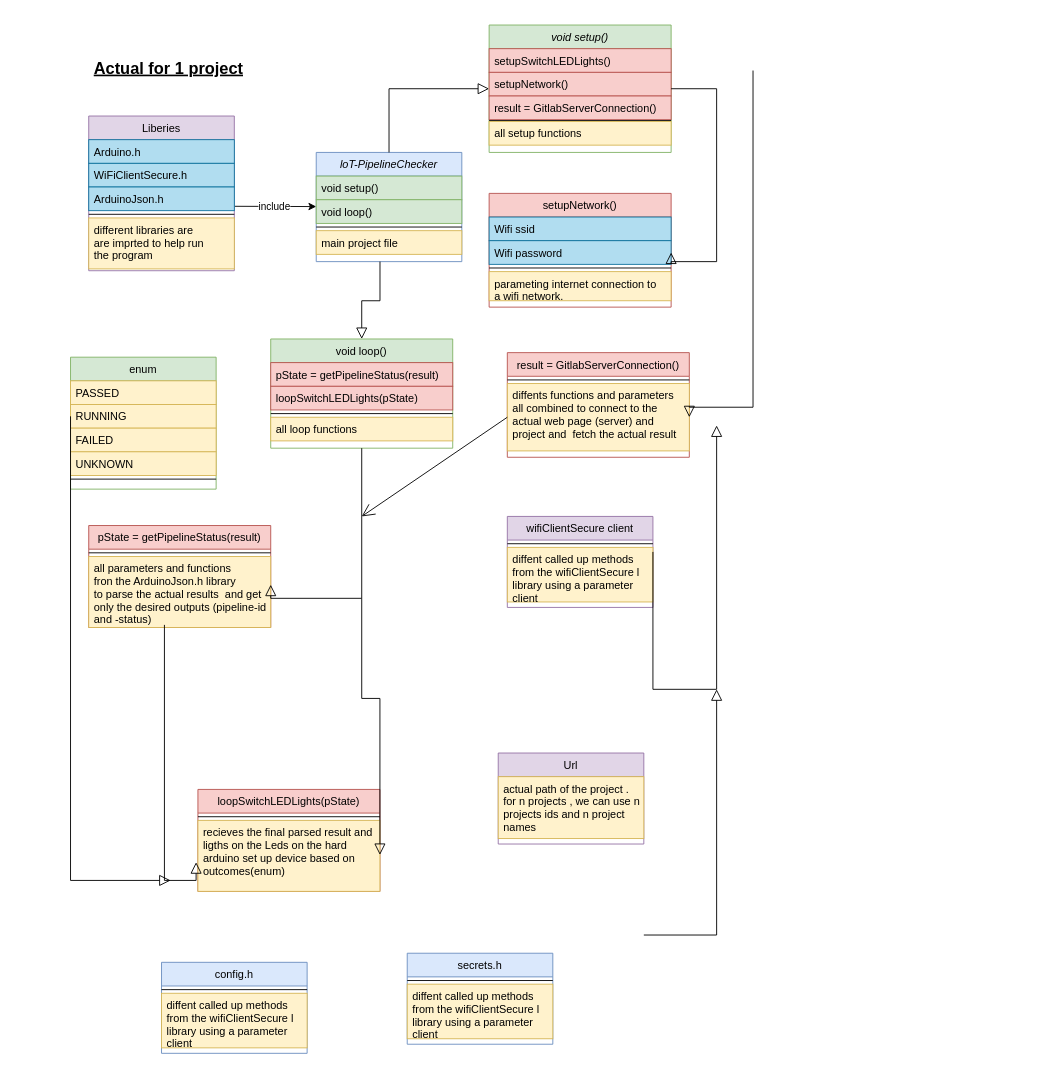
Earlier version of the draw.io diagram lotPipelineChecker.drawio (Centigrade/IoT-PipelineChecker). Source tidied: cells renumbered, new cells numbered last; positions are measured from the earlier drawing's top-left corner, leaving out a move shared by most shapes. Both pictures are drawn from the tidied source at 91%, with x=0, y=0 at pixel (70, 25).
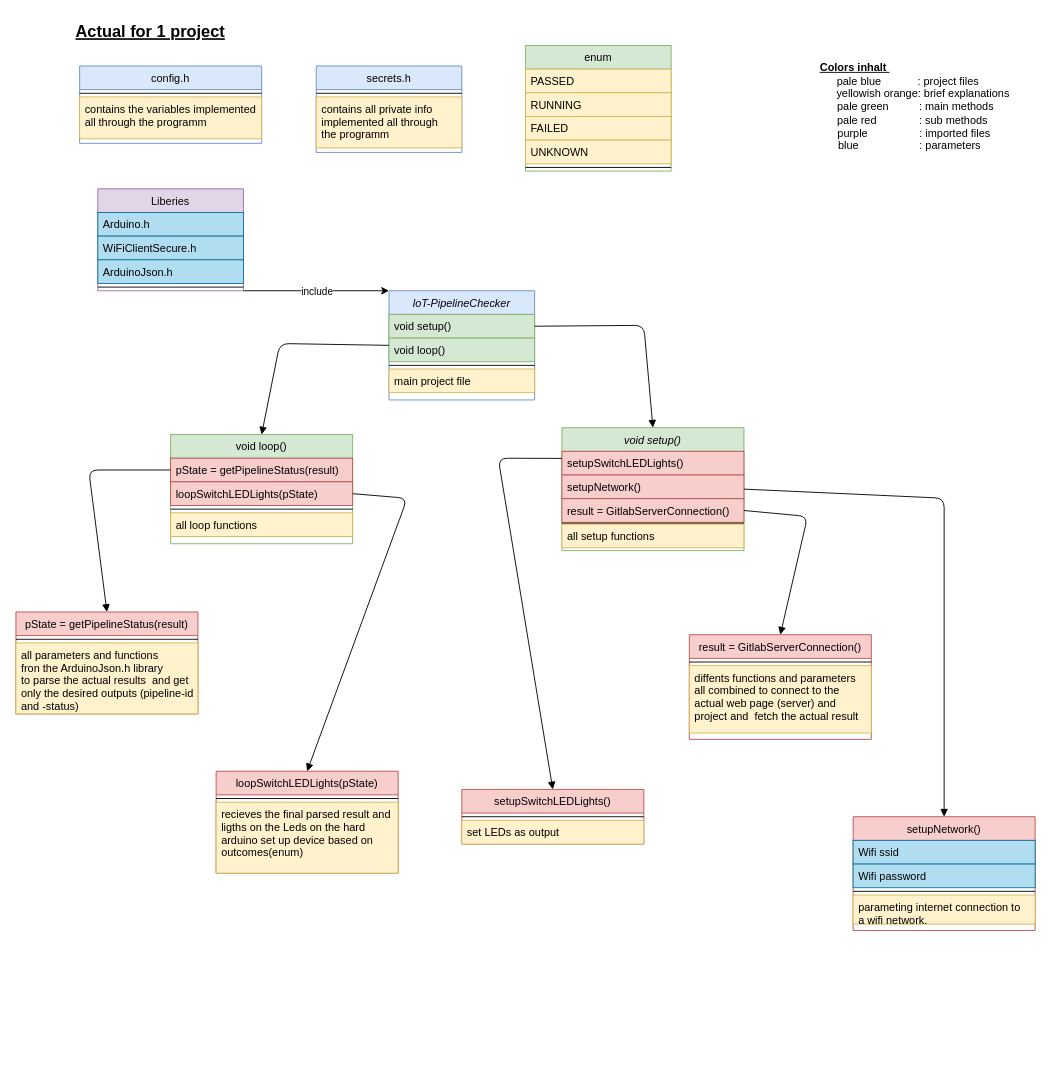
The same diagram, later.

The change refers to these unchanged cells:
```xml
<mxCell id="3" value="void setup()" style="text;align=left;verticalAlign=top;spacingLeft=4;spacingRight=4;overflow=hidden;points=[[0,0.5],[1,0.5]];portConstraint=eastwest;fillColor=#d5e8d4;strokeColor=#82b366;" parent="2" vertex="1">
  <mxGeometry y="26" width="160" height="26" as="geometry" />
</mxCell>
<mxCell id="6" value="main project file" style="text;align=left;verticalAlign=top;spacingLeft=4;spacingRight=4;overflow=hidden;points=[[0,0.5],[1,0.5]];portConstraint=eastwest;fillColor=#fff2cc;strokeColor=#d6b656;" parent="2" vertex="1">
  <mxGeometry y="86" width="160" height="26" as="geometry" />
</mxCell>
<mxCell id="12" value="result = GitlabServerConnection()" style="text;align=left;verticalAlign=top;spacingLeft=4;spacingRight=4;overflow=hidden;points=[[0,0.5],[1,0.5]];portConstraint=eastwest;rounded=0;shadow=0;html=0;fillColor=#f8cecc;strokeColor=#b85450;" parent="9" vertex="1">
  <mxGeometry y="78" width="200" height="26" as="geometry" />
</mxCell>
<mxCell id="20" value="pState = getPipelineStatus(result)" style="text;align=left;verticalAlign=top;spacingLeft=4;spacingRight=4;overflow=hidden;points=[[0,0.5],[1,0.5]];portConstraint=eastwest;fillColor=#f8cecc;strokeColor=#b85450;" parent="19" vertex="1">
  <mxGeometry y="26" width="200" height="26" as="geometry" />
</mxCell>
<mxCell id="21" value="loopSwitchLEDLights(pState)" style="text;align=left;verticalAlign=top;spacingLeft=4;spacingRight=4;overflow=hidden;points=[[0,0.5],[1,0.5]];portConstraint=eastwest;rounded=0;shadow=0;html=0;fillColor=#f8cecc;strokeColor=#b85450;" parent="19" vertex="1">
  <mxGeometry y="52" width="200" height="26" as="geometry" />
</mxCell>
<mxCell id="30" value="Wifi password" style="text;align=left;verticalAlign=top;spacingLeft=4;spacingRight=4;overflow=hidden;points=[[0,0.5],[1,0.5]];portConstraint=eastwest;rounded=0;shadow=0;html=0;fillColor=#b1ddf0;strokeColor=#10739e;" parent="28" vertex="1">
  <mxGeometry y="52" width="200" height="26" as="geometry" />
</mxCell>
<mxCell id="35" value="diffents functions and parameters&#10;all combined to connect to the &#10;actual web page (server) and &#10;project and  fetch the actual result" style="text;align=left;verticalAlign=top;spacingLeft=4;spacingRight=4;overflow=hidden;points=[[0,0.5],[1,0.5]];portConstraint=eastwest;fillColor=#fff2cc;strokeColor=#d6b656;" parent="33" vertex="1">
  <mxGeometry y="34" width="200" height="74" as="geometry" />
</mxCell>
<mxCell id="41" value="ArduinoJson.h" style="text;align=left;verticalAlign=top;spacingLeft=4;spacingRight=4;overflow=hidden;points=[[0,0.5],[1,0.5]];portConstraint=eastwest;rounded=0;shadow=0;html=0;fillColor=#b1ddf0;strokeColor=#10739e;" parent="38" vertex="1">
  <mxGeometry y="78" width="160" height="26" as="geometry" />
</mxCell>
<mxCell id="47" value="all parameters and functions &#10;fron the ArduinoJson.h library &#10;to parse the actual results  and get&#10;only the desired outputs (pipeline-id&#10;and -status)" style="text;align=left;verticalAlign=top;spacingLeft=4;spacingRight=4;overflow=hidden;points=[[0,0.5],[1,0.5]];portConstraint=eastwest;rounded=0;shadow=0;html=0;fillColor=#fff2cc;strokeColor=#d6b656;" parent="45" vertex="1">
  <mxGeometry y="34" width="200" height="78" as="geometry" />
</mxCell>
<mxCell id="51" value="RUNNING" style="text;align=left;verticalAlign=top;spacingLeft=4;spacingRight=4;overflow=hidden;points=[[0,0.5],[1,0.5]];portConstraint=eastwest;rounded=0;shadow=0;html=0;fillColor=#fff2cc;strokeColor=#d6b656;" parent="49" vertex="1">
  <mxGeometry y="52" width="160" height="26" as="geometry" />
</mxCell>
```

Diff of the diagram source:
```diff
@@
     <mxCell id="2" value="loT-PipelineChecker" style="swimlane;fontStyle=2;align=center;verticalAlign=top;horizontal=1;startSize=26;rounded=0;shadow=0;strokeWidth=1;fillColor=#dae8fc;strokeColor=#6c8ebf;" parent="1" vertex="1">
-      <mxGeometry x="270" y="140" width="160" height="120" as="geometry" />
+      <mxGeometry x="350" y="292" width="160" height="120" as="geometry" />
     </mxCell>
@@
-    <mxCell id="7" style="endArrow=block;endSize=10;endFill=0;shadow=0;strokeWidth=1;rounded=0;edgeStyle=elbowEdgeStyle;elbow=vertical;entryX=0.5;entryY=0;entryDx=0;entryDy=0;exitX=0.438;exitY=1.308;exitDx=0;exitDy=0;exitPerimeter=0;" parent="1" edge="1" source="6" target="19">
-      <mxGeometry relative="1" as="geometry" />
-    </mxCell>
     <mxCell id="8" value="Actual for 1 project" style="text;align=left;verticalAlign=top;spacingLeft=4;spacingRight=4;overflow=hidden;fontStyle=5;fontSize=18;" parent="1" vertex="1">
-      <mxGeometry x="20" y="30" width="200" height="26" as="geometry" />
+      <mxGeometry y="-10" width="200" height="26" as="geometry" />
     </mxCell>
     <mxCell id="9" value="void setup()" style="swimlane;fontStyle=2;align=center;verticalAlign=top;horizontal=1;startSize=26;rounded=0;shadow=0;strokeWidth=1;fillColor=#d5e8d4;strokeColor=#82b366;" parent="1" vertex="1">
-      <mxGeometry x="460" width="200" height="140" as="geometry" />
+      <mxGeometry x="540" y="442.5" width="200" height="135" as="geometry" />
     </mxCell>
@@
-    <mxCell id="15" value="Url" style="swimlane;fontStyle=0;align=center;verticalAlign=top;horizontal=1;startSize=26;rounded=0;shadow=0;strokeWidth=1;fillColor=#e1d5e7;strokeColor=#9673a6;" parent="1" vertex="1">
-      <mxGeometry x="470" y="800" width="160" height="100" as="geometry" />
-    </mxCell>
-    <mxCell id="16" value="actual path of the project .&#10;for n projects , we can use n&#10;projects ids and n project&#10;names" style="text;align=left;verticalAlign=top;spacingLeft=4;spacingRight=4;overflow=hidden;rounded=0;shadow=0;html=0;fillColor=#fff2cc;strokeColor=#d6b656;" parent="15" vertex="1">
-      <mxGeometry y="26" width="160" height="68" as="geometry" />
-    </mxCell>
-    <mxCell id="17" style="endArrow=classic;html=1;fontSize=18;exitX=0.982;exitY=0.815;exitDx=0;exitDy=0;exitPerimeter=0;" parent="1" edge="1" source="41">
-      <mxGeometry relative="1" as="geometry">
-        <mxPoint x="270" y="199.5" as="targetPoint" />
-      </mxGeometry>
-    </mxCell>
-    <mxCell id="18" value="include" style="edgeLabel;html=1;align=center;verticalAlign=middle;" parent="17" vertex="1">
-      <mxGeometry relative="1" as="geometry" />
-    </mxCell>
     <mxCell id="19" value="void loop()" style="swimlane;fontStyle=0;align=center;verticalAlign=top;horizontal=1;startSize=26;rounded=0;shadow=0;strokeWidth=1;fillColor=#d5e8d4;strokeColor=#82b366;" parent="1" vertex="1">
-      <mxGeometry x="220" y="345" width="200" height="120" as="geometry" />
+      <mxGeometry x="110" y="450" width="200" height="120" as="geometry" />
     </mxCell>
@@
-    <mxCell id="24" style="endArrow=block;endSize=10;endFill=0;shadow=0;strokeWidth=1;rounded=0;edgeStyle=elbowEdgeStyle;elbow=vertical;exitX=0.5;exitY=0;exitDx=0;exitDy=0;entryX=0;entryY=0.5;entryDx=0;entryDy=0;" parent="1" edge="1" source="2" target="9">
-      <mxGeometry relative="1" as="geometry">
-        <Array as="points">
-          <mxPoint x="370" y="70" />
-          <mxPoint x="440" y="70" />
-          <mxPoint x="420" y="169" />
-        </Array>
-      </mxGeometry>
-    </mxCell>
-    <mxCell id="25" value="wifiClientSecure client" style="swimlane;fontStyle=0;align=center;verticalAlign=top;horizontal=1;startSize=26;rounded=0;shadow=0;strokeWidth=1;fillColor=#e1d5e7;strokeColor=#9673a6;" parent="1" vertex="1">
-      <mxGeometry x="480" y="540" width="160" height="100" as="geometry" />
-    </mxCell>
-    <mxCell id="26" style="line;html=1;strokeWidth=1;align=left;verticalAlign=middle;spacingTop=-1;spacingLeft=3;spacingRight=3;labelPosition=right;" parent="25" vertex="1">
-      <mxGeometry y="26" width="160" height="8" as="geometry" />
-    </mxCell>
-    <mxCell id="27" value="diffent called up methods &#10;from the wifiClientSecure l&#10;library using a parameter&#10;client" style="text;align=left;verticalAlign=top;spacingLeft=4;spacingRight=4;overflow=hidden;fillColor=#fff2cc;strokeColor=#d6b656;" parent="25" vertex="1">
-      <mxGeometry y="34" width="160" height="60" as="geometry" />
-    </mxCell>
     <mxCell id="28" value="setupNetwork()" style="swimlane;fontStyle=0;align=center;verticalAlign=top;horizontal=1;startSize=26;rounded=0;shadow=0;strokeWidth=1;fillColor=#f8cecc;strokeColor=#b85450;" parent="1" vertex="1">
-      <mxGeometry x="460" y="185" width="200" height="125" as="geometry" />
+      <mxGeometry x="860" y="870" width="200" height="125" as="geometry" />
     </mxCell>
@@
     <mxCell id="33" value="result = GitlabServerConnection()" style="swimlane;fontStyle=0;align=center;verticalAlign=top;horizontal=1;startSize=26;rounded=0;shadow=0;strokeWidth=1;fillColor=#f8cecc;strokeColor=#b85450;" parent="1" vertex="1">
-      <mxGeometry x="480" y="360" width="200" height="115" as="geometry" />
+      <mxGeometry x="680" y="670" width="200" height="115" as="geometry" />
     </mxCell>
@@
-    <mxCell id="36" style="endArrow=block;endSize=10;endFill=0;shadow=0;strokeWidth=1;rounded=0;edgeStyle=orthogonalEdgeStyle;entryX=1;entryY=0.5;entryDx=0;entryDy=0;" parent="1" edge="1" target="30">
-      <mxGeometry relative="1" as="geometry">
-        <mxPoint x="660" y="70" as="sourcePoint" />
-        <Array as="points">
-          <mxPoint x="710" y="70" />
-          <mxPoint x="710" y="260" />
-          <mxPoint x="660" y="260" />
-        </Array>
-      </mxGeometry>
-    </mxCell>
-    <mxCell id="37" style="endArrow=block;endSize=10;endFill=0;shadow=0;strokeWidth=1;rounded=0;edgeStyle=elbowEdgeStyle;elbow=vertical;entryX=1;entryY=0.5;entryDx=0;entryDy=0;" parent="1" edge="1" target="35">
-      <mxGeometry relative="1" as="geometry">
-        <mxPoint x="750" y="50" as="sourcePoint" />
-        <Array as="points">
-          <mxPoint x="710" y="420" />
-          <mxPoint x="830" y="424" />
-        </Array>
-      </mxGeometry>
-    </mxCell>
     <mxCell id="38" value="Liberies" style="swimlane;fontStyle=0;align=center;verticalAlign=top;horizontal=1;startSize=26;rounded=0;shadow=0;strokeWidth=1;fillColor=#e1d5e7;strokeColor=#9673a6;" parent="1" vertex="1">
-      <mxGeometry x="20" y="100" width="160" height="170" as="geometry" />
+      <mxGeometry x="30" y="180" width="160" height="112" as="geometry" />
     </mxCell>
@@
-    <mxCell id="43" value="different libraries are &#10;are imprted to help run&#10;the program" style="text;align=left;verticalAlign=top;spacingLeft=4;spacingRight=4;overflow=hidden;fillColor=#fff2cc;strokeColor=#d6b656;" parent="38" vertex="1">
-      <mxGeometry y="112" width="160" height="56" as="geometry" />
-    </mxCell>
-    <mxCell id="44" style="endArrow=block;endSize=10;endFill=0;shadow=0;strokeWidth=1;rounded=0;edgeStyle=elbowEdgeStyle;elbow=vertical;exitX=1;exitY=0.5;exitDx=0;exitDy=0;" parent="1" edge="1">
-      <mxGeometry relative="1" as="geometry">
-        <mxPoint x="640" y="579" as="sourcePoint" />
-        <mxPoint x="710" y="440" as="targetPoint" />
-        <Array as="points">
-          <mxPoint x="660" y="730" />
-          <mxPoint x="740" y="789" />
-        </Array>
-      </mxGeometry>
-    </mxCell>
     <mxCell id="45" value="pState = getPipelineStatus(result)" style="swimlane;fontStyle=0;align=center;verticalAlign=top;horizontal=1;startSize=26;rounded=0;shadow=0;strokeWidth=1;fillColor=#f8cecc;strokeColor=#b85450;" parent="1" vertex="1">
-      <mxGeometry x="20" y="550" width="200" height="112" as="geometry" />
+      <mxGeometry x="-60" y="645" width="200" height="112" as="geometry" />
     </mxCell>
@@
-    <mxCell id="48" style="endArrow=block;endSize=10;endFill=0;shadow=0;strokeWidth=1;rounded=0;edgeStyle=elbowEdgeStyle;elbow=vertical;" parent="1" edge="1">
-      <mxGeometry relative="1" as="geometry">
-        <mxPoint x="630" y="1000" as="sourcePoint" />
-        <mxPoint x="710" y="730" as="targetPoint" />
-        <Array as="points">
-          <mxPoint x="680" y="1000" />
-          <mxPoint x="670" y="1029" />
-        </Array>
-      </mxGeometry>
-    </mxCell>
     <mxCell id="49" value="enum" style="swimlane;fontStyle=0;align=center;verticalAlign=top;horizontal=1;startSize=26;rounded=0;shadow=0;strokeWidth=1;fillColor=#d5e8d4;strokeColor=#82b366;" parent="1" vertex="1">
-      <mxGeometry y="365" width="160" height="145" as="geometry" />
+      <mxGeometry x="500" y="22.5" width="160" height="138" as="geometry" />
     </mxCell>
@@
-    <mxCell id="55" style="endArrow=block;endSize=10;endFill=0;shadow=0;strokeWidth=1;rounded=0;edgeStyle=elbowEdgeStyle;elbow=vertical;exitX=0.5;exitY=1;exitDx=0;exitDy=0;entryX=1;entryY=0.5;entryDx=0;entryDy=0;" parent="1" edge="1" source="19">
-      <mxGeometry relative="1" as="geometry">
-        <mxPoint x="220" y="615" as="targetPoint" />
-        <Array as="points">
-          <mxPoint x="280" y="630" />
-          <mxPoint x="340" y="639" />
-        </Array>
-      </mxGeometry>
-    </mxCell>
     <mxCell id="56" value="loopSwitchLEDLights(pState)" style="swimlane;fontStyle=0;align=center;verticalAlign=top;horizontal=1;startSize=26;rounded=0;shadow=0;strokeWidth=1;fillColor=#f8cecc;strokeColor=#b85450;" parent="1" vertex="1">
-      <mxGeometry x="140" y="840" width="200" height="112" as="geometry" />
+      <mxGeometry x="160" y="820" width="200" height="112" as="geometry" />
     </mxCell>
@@
-    <mxCell id="59" style="endArrow=block;endSize=10;endFill=0;shadow=0;strokeWidth=1;rounded=0;edgeStyle=elbowEdgeStyle;elbow=vertical;exitX=0.416;exitY=0.964;exitDx=0;exitDy=0;exitPerimeter=0;" parent="1" edge="1" source="47">
-      <mxGeometry relative="1" as="geometry">
-        <mxPoint x="138" y="920" as="targetPoint" />
-        <Array as="points">
-          <mxPoint x="70" y="940" />
-          <mxPoint x="20" y="960" />
-          <mxPoint x="100" y="810" />
-          <mxPoint x="80" y="909" />
-        </Array>
-      </mxGeometry>
-    </mxCell>
-    <mxCell id="60" style="endArrow=block;endSize=10;endFill=0;shadow=0;strokeWidth=1;rounded=0;edgeStyle=elbowEdgeStyle;elbow=vertical;" parent="1" edge="1">
-      <mxGeometry relative="1" as="geometry">
-        <mxPoint x="320" y="630" as="sourcePoint" />
-        <mxPoint x="340" y="912" as="targetPoint" />
-        <Array as="points">
-          <mxPoint x="380" y="740" />
-          <mxPoint x="340" y="839" />
-        </Array>
-      </mxGeometry>
-    </mxCell>
-    <mxCell id="61" style="endArrow=block;endSize=10;endFill=0;shadow=0;strokeWidth=1;rounded=0;edgeStyle=elbowEdgeStyle;elbow=vertical;entryX=0;entryY=0.5;entryDx=0;entryDy=0;exitX=0;exitY=0.5;exitDx=0;exitDy=0;" parent="1" edge="1" source="51">
-      <mxGeometry relative="1" as="geometry">
-        <mxPoint x="110" y="940" as="targetPoint" />
-        <Array as="points">
-          <mxPoint x="20" y="940" />
-          <mxPoint x="90" y="940" />
-          <mxPoint x="70" y="1039" />
-        </Array>
-      </mxGeometry>
-    </mxCell>
-    <mxCell id="62" style="endArrow=open;endFill=1;endSize=12;html=1;fontSize=18;exitX=0;exitY=0.5;exitDx=0;exitDy=0;" parent="1" edge="1" source="35">
-      <mxGeometry relative="1" as="geometry">
-        <mxPoint x="320" y="540" as="targetPoint" />
-      </mxGeometry>
-    </mxCell>
     <mxCell id="63" value="secrets.h" style="swimlane;fontStyle=0;align=center;verticalAlign=top;horizontal=1;startSize=26;rounded=0;shadow=0;strokeWidth=1;fillColor=#dae8fc;strokeColor=#6c8ebf;" parent="1" vertex="1">
-      <mxGeometry x="370" y="1020" width="160" height="100" as="geometry" />
+      <mxGeometry x="270" y="45" width="160" height="95" as="geometry" />
     </mxCell>
@@
-    <mxCell id="65" value="diffent called up methods &#10;from the wifiClientSecure l&#10;library using a parameter&#10;client" style="text;align=left;verticalAlign=top;spacingLeft=4;spacingRight=4;overflow=hidden;fillColor=#fff2cc;strokeColor=#d6b656;" parent="63" vertex="1">
-      <mxGeometry y="34" width="160" height="60" as="geometry" />
+    <mxCell id="65" value="contains all private info&#10;implemented all through&#10;the programm " style="text;align=left;verticalAlign=top;spacingLeft=4;spacingRight=4;overflow=hidden;fillColor=#fff2cc;strokeColor=#d6b656;" parent="63" vertex="1">
+      <mxGeometry y="34" width="160" height="56" as="geometry" />
     </mxCell>
     <mxCell id="66" value="config.h" style="swimlane;fontStyle=0;align=center;verticalAlign=top;horizontal=1;startSize=26;rounded=0;shadow=0;strokeWidth=1;fillColor=#dae8fc;strokeColor=#6c8ebf;" parent="1" vertex="1">
-      <mxGeometry x="100" y="1030" width="160" height="100" as="geometry" />
+      <mxGeometry x="10" y="45" width="200" height="85" as="geometry" />
     </mxCell>
     <mxCell id="67" style="line;html=1;strokeWidth=1;align=left;verticalAlign=middle;spacingTop=-1;spacingLeft=3;spacingRight=3;labelPosition=right;" parent="66" vertex="1">
-      <mxGeometry y="26" width="160" height="8" as="geometry" />
+      <mxGeometry y="26" width="200" height="8" as="geometry" />
     </mxCell>
-    <mxCell id="68" value="diffent called up methods &#10;from the wifiClientSecure l&#10;library using a parameter&#10;client" style="text;align=left;verticalAlign=top;spacingLeft=4;spacingRight=4;overflow=hidden;fillColor=#fff2cc;strokeColor=#d6b656;" parent="66" vertex="1">
-      <mxGeometry y="34" width="160" height="60" as="geometry" />
+    <mxCell id="68" value="contains the variables implemented&#10;all through the programm" style="text;align=left;verticalAlign=top;spacingLeft=4;spacingRight=4;overflow=hidden;fillColor=#fff2cc;strokeColor=#d6b656;" parent="66" vertex="1">
+      <mxGeometry y="34" width="200" height="46" as="geometry" />
     </mxCell>
+    <mxCell id="69" value="setupSwitchLEDLights()" style="swimlane;fontStyle=0;align=center;verticalAlign=top;horizontal=1;startSize=26;rounded=0;shadow=0;strokeWidth=1;fillColor=#f8cecc;strokeColor=#b85450;" parent="1" vertex="1">
+      <mxGeometry x="430" y="840" width="200" height="60" as="geometry" />
+    </mxCell>
+    <mxCell id="70" style="line;html=1;strokeWidth=1;align=left;verticalAlign=middle;spacingTop=-1;spacingLeft=3;spacingRight=3;labelPosition=right;" parent="69" vertex="1">
+      <mxGeometry y="26" width="200" height="8" as="geometry" />
+    </mxCell>
+    <mxCell id="71" value="set LEDs as output" style="text;align=left;verticalAlign=top;spacingLeft=4;spacingRight=4;overflow=hidden;fillColor=#fff2cc;strokeColor=#d6b656;" parent="69" vertex="1">
+      <mxGeometry y="34" width="200" height="26" as="geometry" />
+    </mxCell>
+    <mxCell id="72" style="endArrow=classic;html=1;entryX=0;entryY=0;entryDx=0;entryDy=0;exitX=1;exitY=1;exitDx=0;exitDy=0;" parent="1" edge="1" source="38" target="2">
+      <mxGeometry relative="1" as="geometry" />
+    </mxCell>
+    <mxCell id="18" value="include" style="edgeLabel;html=1;align=center;verticalAlign=middle;" parent="72" vertex="1">
+      <mxGeometry relative="1" as="geometry" />
+    </mxCell>
+    <mxCell id="73" style="endArrow=block;endFill=1;endSize=6;html=1;exitX=0;exitY=0.5;exitDx=0;exitDy=0;entryX=0.5;entryY=0;entryDx=0;entryDy=0;" parent="1" edge="1" source="2" target="19">
+      <mxGeometry relative="1" as="geometry">
+        <Array as="points">
+          <mxPoint x="230" y="350" />
+        </Array>
+      </mxGeometry>
+    </mxCell>
+    <mxCell id="74" style="endArrow=block;endFill=1;endSize=6;html=1;exitX=1;exitY=0.5;exitDx=0;exitDy=0;entryX=0.5;entryY=0;entryDx=0;entryDy=0;" parent="1" edge="1" source="3" target="9">
+      <mxGeometry relative="1" as="geometry">
+        <Array as="points">
+          <mxPoint x="630" y="330" />
+        </Array>
+      </mxGeometry>
+    </mxCell>
+    <mxCell id="75" style="endArrow=block;endFill=1;endSize=6;html=1;exitX=1;exitY=0.5;exitDx=0;exitDy=0;entryX=0.5;entryY=0;entryDx=0;entryDy=0;" parent="1" edge="1" source="21" target="56">
+      <mxGeometry relative="1" as="geometry">
+        <Array as="points">
+          <mxPoint x="370" y="520" />
+        </Array>
+      </mxGeometry>
+    </mxCell>
+    <mxCell id="76" style="endArrow=block;endFill=1;endSize=6;html=1;exitX=0;exitY=0.5;exitDx=0;exitDy=0;entryX=0.5;entryY=0;entryDx=0;entryDy=0;" parent="1" edge="1" source="20" target="45">
+      <mxGeometry relative="1" as="geometry">
+        <Array as="points">
+          <mxPoint x="20" y="489" />
+        </Array>
+      </mxGeometry>
+    </mxCell>
+    <mxCell id="77" style="endArrow=block;endFill=1;endSize=6;html=1;exitX=0;exitY=0.25;exitDx=0;exitDy=0;entryX=0.5;entryY=0;entryDx=0;entryDy=0;" parent="1" edge="1" source="9" target="69">
+      <mxGeometry relative="1" as="geometry">
+        <Array as="points">
+          <mxPoint x="470" y="476" />
+        </Array>
+      </mxGeometry>
+    </mxCell>
+    <mxCell id="78" style="endArrow=block;endFill=1;endSize=6;html=1;exitX=1;exitY=0.5;exitDx=0;exitDy=0;entryX=0.5;entryY=0;entryDx=0;entryDy=0;" parent="1" edge="1" source="12" target="33">
+      <mxGeometry relative="1" as="geometry">
+        <Array as="points">
+          <mxPoint x="810" y="540" />
+        </Array>
+      </mxGeometry>
+    </mxCell>
+    <mxCell id="79" style="endArrow=block;endFill=1;endSize=6;html=1;exitX=1;exitY=0.5;exitDx=0;exitDy=0;entryX=0.5;entryY=0;entryDx=0;entryDy=0;" parent="1" edge="1" source="9" target="28">
+      <mxGeometry relative="1" as="geometry">
+        <Array as="points">
+          <mxPoint x="960" y="520" />
+        </Array>
+      </mxGeometry>
+    </mxCell>
+    <mxCell id="80" value="&lt;b&gt;&lt;u&gt;Colors inhalt&amp;nbsp;&lt;/u&gt;&lt;/b&gt; &amp;nbsp; &amp;nbsp; &amp;nbsp; &amp;nbsp; &amp;nbsp; &amp;nbsp; &amp;nbsp; &amp;nbsp;&amp;nbsp;&lt;br&gt;&amp;nbsp; &amp;nbsp; &amp;nbsp; &amp;nbsp; &amp;nbsp; &amp;nbsp; &amp;nbsp; &amp;nbsp; &amp;nbsp; pale blue&amp;nbsp; &amp;nbsp; &amp;nbsp; &amp;nbsp; &amp;nbsp; &amp;nbsp; : project files&lt;br&gt;&amp;nbsp; &amp;nbsp; &amp;nbsp; &amp;nbsp; &amp;nbsp; &amp;nbsp; &amp;nbsp; &amp;nbsp; &amp;nbsp; &amp;nbsp; &amp;nbsp; &amp;nbsp; &amp;nbsp; &amp;nbsp; yellowish orange: brief explanations&lt;br&gt;&amp;nbsp; &amp;nbsp; &amp;nbsp; &amp;nbsp; &amp;nbsp; &amp;nbsp; &amp;nbsp; &amp;nbsp; &amp;nbsp; &amp;nbsp; &amp;nbsp; &amp;nbsp;pale green&amp;nbsp; &amp;nbsp; &amp;nbsp; &amp;nbsp; &amp;nbsp; : main methods&lt;br&gt;&amp;nbsp; &amp;nbsp; &amp;nbsp; &amp;nbsp; &amp;nbsp; &amp;nbsp; &amp;nbsp; &amp;nbsp; &amp;nbsp; &amp;nbsp; &amp;nbsp;pale red&amp;nbsp; &amp;nbsp; &amp;nbsp; &amp;nbsp; &amp;nbsp; &amp;nbsp; &amp;nbsp; : sub methods&lt;br&gt;&amp;nbsp; &amp;nbsp; &amp;nbsp; &amp;nbsp; &amp;nbsp; &amp;nbsp; &amp;nbsp; &amp;nbsp; &amp;nbsp; &amp;nbsp; &amp;nbsp; purple&amp;nbsp; &amp;nbsp; &amp;nbsp; &amp;nbsp; &amp;nbsp; &amp;nbsp; &amp;nbsp; &amp;nbsp; &amp;nbsp;: imported files&lt;br&gt;&amp;nbsp; &amp;nbsp; &amp;nbsp; &amp;nbsp; &amp;nbsp; &amp;nbsp; &amp;nbsp; &amp;nbsp; &amp;nbsp; &amp;nbsp;blue&amp;nbsp; &amp;nbsp; &amp;nbsp; &amp;nbsp; &amp;nbsp; &amp;nbsp; &amp;nbsp; &amp;nbsp; &amp;nbsp; &amp;nbsp; : parameters" style="text;html=1;align=center;verticalAlign=middle;" parent="1" vertex="1">
+      <mxGeometry x="740" y="40" width="300" height="100" as="geometry" />
+    </mxCell>
```
